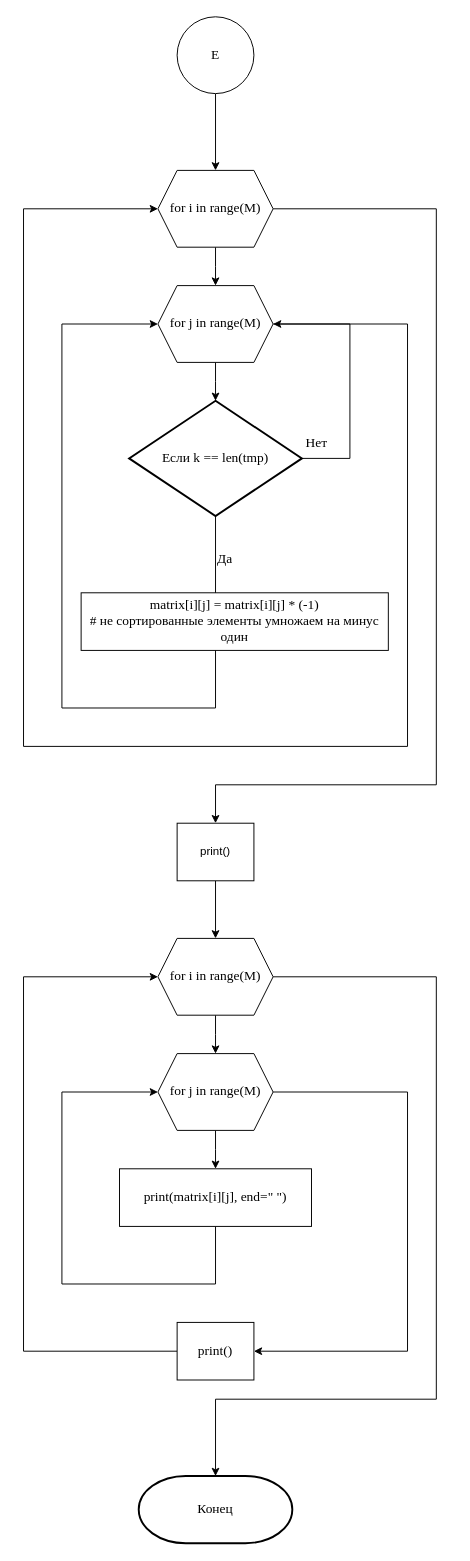
The draw.io diagram page "Страница 7" (7 of 8) of 1 курс/1 семестр/Информатика/Практические работы/12/Диаграмма 12.drawio in Kirill010/RTU-MIREA, before the edit. Source tidied: cells renumbered, new cells numbered last; positions are measured from the earlier drawing's top-left corner, leaving out a move shared by most shapes. Both pictures are drawn from the tidied source at 96%, with x=0, y=0 at pixel (23, 16).
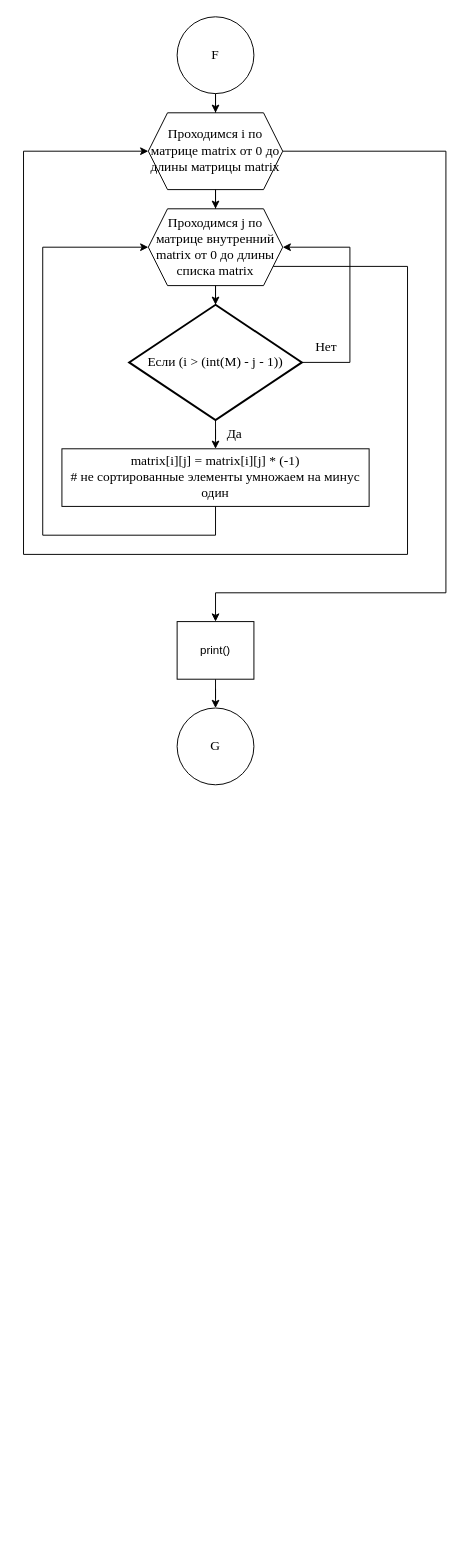
The same diagram, later.

Change to the diagram source:
```diff
@@
-    <mxCell id="3" value="E" style="ellipse;whiteSpace=wrap;html=1;fontFamily=Times New Roman;fontSize=14;" parent="1" vertex="1">
+    <mxCell id="3" value="F" style="ellipse;whiteSpace=wrap;html=1;fontFamily=Times New Roman;fontSize=14;" parent="1" vertex="1">
       <mxGeometry x="160" width="80" height="80" as="geometry" />
     </mxCell>
-    <mxCell id="4" style="edgeStyle=orthogonalEdgeStyle;rounded=0;jettySize=auto;html=1;fontFamily=Times New Roman;fontSize=14;" parent="1" edge="1" source="6">
-      <mxGeometry relative="1" as="geometry">
-        <mxPoint x="200" y="280" as="targetPoint" />
-      </mxGeometry>
+    <mxCell id="4" style="edgeStyle=orthogonalEdgeStyle;rounded=0;jettySize=auto;html=1;fontFamily=Times New Roman;fontSize=14;entryX=0.5;entryY=0;entryDx=0;entryDy=0;" parent="1" edge="1" source="6" target="9">
+      <mxGeometry relative="1" as="geometry" />
     </mxCell>
-    <mxCell id="5" style="edgeStyle=orthogonalEdgeStyle;rounded=0;jettySize=auto;html=1;fontFamily=Times New Roman;fontSize=14;" parent="1" edge="1" source="6">
-      <mxGeometry relative="1" as="geometry">
-        <mxPoint x="200" y="840" as="targetPoint" />
-        <Array as="points">
-          <mxPoint x="430" y="200" />
-          <mxPoint x="430" y="800" />
-          <mxPoint x="200" y="800" />
-        </Array>
-      </mxGeometry>
+    <mxCell id="5" style="edgeStyle=orthogonalEdgeStyle;rounded=0;jettySize=auto;html=1;fontFamily=Times New Roman;fontSize=14;startArrow=none;entryX=0.5;entryY=0;entryDx=0;entryDy=0;" parent="1" edge="1" source="17" target="32">
+      <mxGeometry relative="1" as="geometry" />
     </mxCell>
+    <mxCell id="29" style="edgeStyle=orthogonalEdgeStyle;rounded=0;jettySize=auto;html=1;fontSize=14;entryX=0.5;entryY=0;entryDx=0;entryDy=0;" parent="1" edge="1" source="6" target="17">
+      <mxGeometry relative="1" as="geometry">
+        <Array as="points">
+          <mxPoint x="440" y="140" />
+          <mxPoint x="440" y="600" />
+          <mxPoint x="200" y="600" />
+        </Array>
+      </mxGeometry>
+    </mxCell>
-    <mxCell id="6" value="for i in range(M)" style="shape=hexagon;perimeter=hexagonPerimeter2;whiteSpace=wrap;html=1;fixedSize=1;fontFamily=Times New Roman;fontSize=14;" parent="1" vertex="1">
-      <mxGeometry x="140" y="160" width="120" height="80" as="geometry" />
+    <mxCell id="6" value="Проходимся i по матрице matrix от 0 до длины матрицы matrix" style="shape=hexagon;perimeter=hexagonPerimeter2;whiteSpace=wrap;html=1;fixedSize=1;fontFamily=Times New Roman;fontSize=14;" parent="1" vertex="1">
+      <mxGeometry x="130" y="100" width="140" height="80" as="geometry" />
     </mxCell>
-    <mxCell id="7" style="edgeStyle=orthogonalEdgeStyle;rounded=0;jettySize=auto;html=1;entryX=0.5;entryY=0;entryDx=0;entryDy=0;fontFamily=Times New Roman;fontSize=14;" parent="1" edge="1" source="9">
-      <mxGeometry relative="1" as="geometry">
-        <mxPoint x="200" y="400" as="targetPoint" />
-      </mxGeometry>
+    <mxCell id="7" style="edgeStyle=orthogonalEdgeStyle;rounded=0;jettySize=auto;html=1;entryX=0.5;entryY=0;entryDx=0;entryDy=0;fontFamily=Times New Roman;fontSize=14;entryPerimeter=0;" parent="1" edge="1" source="9" target="12">
+      <mxGeometry relative="1" as="geometry" />
     </mxCell>
     <mxCell id="8" style="edgeStyle=orthogonalEdgeStyle;rounded=0;jettySize=auto;html=1;fontFamily=Times New Roman;fontSize=14;entryX=0;entryY=0.5;entryDx=0;entryDy=0;" parent="1" edge="1" source="9" target="6">
       <mxGeometry relative="1" as="geometry">
         <Array as="points">
-          <mxPoint x="400" y="320" />
-          <mxPoint x="400" y="760" />
-          <mxPoint y="760" />
-          <mxPoint y="200" />
+          <mxPoint x="400" y="260" />
+          <mxPoint x="400" y="560" />
+          <mxPoint y="560" />
+          <mxPoint y="140" />
         </Array>
       </mxGeometry>
     </mxCell>
-    <mxCell id="9" value="for j in range(M)" style="shape=hexagon;perimeter=hexagonPerimeter2;whiteSpace=wrap;html=1;fixedSize=1;fontFamily=Times New Roman;fontSize=14;" parent="1" vertex="1">
-      <mxGeometry x="140" y="280" width="120" height="80" as="geometry" />
+    <mxCell id="9" value="Проходимся j по матрице внутренний matrix от 0 до длины списка matrix" style="shape=hexagon;perimeter=hexagonPerimeter2;whiteSpace=wrap;html=1;fixedSize=1;fontFamily=Times New Roman;fontSize=14;" parent="1" vertex="1">
+      <mxGeometry x="130" y="200" width="140" height="80" as="geometry" />
     </mxCell>
-    <mxCell id="10" style="edgeStyle=orthogonalEdgeStyle;rounded=0;jettySize=auto;html=1;fontFamily=Times New Roman;fontSize=14;entryX=0;entryY=0.5;entryDx=0;entryDy=0;" parent="1" edge="1" source="12" target="9">
-      <mxGeometry relative="1" as="geometry">
-        <Array as="points">
-          <mxPoint x="200" y="720" />
-          <mxPoint x="40" y="720" />
-          <mxPoint x="40" y="320" />
-        </Array>
-      </mxGeometry>
-    </mxCell>
     <mxCell id="11" style="edgeStyle=orthogonalEdgeStyle;rounded=0;jettySize=auto;html=1;" parent="1" edge="1" source="12">
       <mxGeometry relative="1" as="geometry">
-        <mxPoint x="260" y="320" as="targetPoint" />
+        <mxPoint x="270" y="240" as="targetPoint" />
         <Array as="points">
-          <mxPoint x="340" y="460" />
+          <mxPoint x="340" y="360" />
+          <mxPoint x="340" y="240" />
         </Array>
       </mxGeometry>
     </mxCell>
+    <mxCell id="30" style="edgeStyle=orthogonalEdgeStyle;rounded=0;jettySize=auto;html=1;fontSize=14;" parent="1" edge="1" source="12" target="15">
+      <mxGeometry relative="1" as="geometry" />
+    </mxCell>
-    <mxCell id="12" value="Если k == len(tmp)" style="strokeWidth=2;html=1;shape=mxgraph.flowchart.decision;whiteSpace=wrap;fontFamily=Times New Roman;fontSize=14;" parent="1" vertex="1">
-      <mxGeometry x="110" y="400" width="180" height="120" as="geometry" />
+    <mxCell id="12" value="Если (i &amp;gt; (int(M) - j - 1))" style="strokeWidth=2;html=1;shape=mxgraph.flowchart.decision;whiteSpace=wrap;fontFamily=Times New Roman;fontSize=14;" parent="1" vertex="1">
+      <mxGeometry x="110" y="300" width="180" height="120" as="geometry" />
     </mxCell>
     <mxCell id="13" value="Да" style="text;html=1;strokeColor=none;fillColor=none;align=center;verticalAlign=middle;whiteSpace=wrap;rounded=0;fontFamily=Times New Roman;fontSize=14;" parent="1" vertex="1">
-      <mxGeometry x="180" y="550" width="60" height="30" as="geometry" />
+      <mxGeometry x="190" y="420" width="60" height="30" as="geometry" />
     </mxCell>
     <mxCell id="14" value="Нет" style="text;html=1;align=center;verticalAlign=middle;strokeColor=none;fillColor=none;fontSize=14;fontFamily=Times New Roman;" parent="1" vertex="1">
-      <mxGeometry x="280" y="430" width="50" height="30" as="geometry" />
+      <mxGeometry x="290" y="330" width="50" height="30" as="geometry" />
     </mxCell>
+    <mxCell id="31" style="edgeStyle=orthogonalEdgeStyle;rounded=0;jettySize=auto;html=1;fontSize=14;entryX=0;entryY=0.5;entryDx=0;entryDy=0;" parent="1" edge="1" source="15" target="9">
+      <mxGeometry relative="1" as="geometry">
+        <Array as="points">
+          <mxPoint x="200" y="540" />
+          <mxPoint x="20" y="540" />
+          <mxPoint x="20" y="240" />
+        </Array>
+      </mxGeometry>
+    </mxCell>
     <mxCell id="15" value="&lt;font style=&quot;font-size: 14px;&quot; face=&quot;Times New Roman&quot;&gt;matrix[i][j] = matrix[i][j] * (-1)&lt;br&gt;# не сортированные элементы умножаем на минус один&lt;br&gt;&lt;/font&gt;" style="rounded=0;whiteSpace=wrap;html=1;fontFamily=Times New Roman;fontSize=14;" parent="1" vertex="1">
-      <mxGeometry x="60" y="600" width="320" height="60" as="geometry" />
+      <mxGeometry x="40" y="450" width="320" height="60" as="geometry" />
     </mxCell>
-    <mxCell id="16" style="edgeStyle=orthogonalEdgeStyle;rounded=0;jettySize=auto;html=1;entryX=0.5;entryY=0;entryDx=0;entryDy=0;" parent="1" edge="1" source="17" target="20">
-      <mxGeometry relative="1" as="geometry" />
-    </mxCell>
+    <mxCell id="32" value="G" style="ellipse;whiteSpace=wrap;html=1;fontFamily=Times New Roman;fontSize=14;" parent="1" vertex="1">
+      <mxGeometry x="160" y="720" width="80" height="80" as="geometry" />
+    </mxCell>
     <mxCell id="17" value="print()" style="rounded=0;whiteSpace=wrap;html=1;" parent="1" vertex="1">
-      <mxGeometry x="160" y="840" width="80" height="60" as="geometry" />
+      <mxGeometry x="160" y="630" width="80" height="60" as="geometry" />
     </mxCell>
-    <mxCell id="18" style="edgeStyle=orthogonalEdgeStyle;rounded=0;jettySize=auto;html=1;fontFamily=Times New Roman;fontSize=14;" parent="1" edge="1" source="20">
-      <mxGeometry relative="1" as="geometry">
-        <mxPoint x="200" y="1080" as="targetPoint" />
-      </mxGeometry>
-    </mxCell>
-    <mxCell id="19" style="edgeStyle=orthogonalEdgeStyle;rounded=0;jettySize=auto;html=1;fontFamily=Times New Roman;fontSize=14;" parent="1" edge="1" source="20">
-      <mxGeometry relative="1" as="geometry">
-        <mxPoint x="200" y="1520" as="targetPoint" />
-        <Array as="points">
-          <mxPoint x="430" y="1000" />
-          <mxPoint x="430" y="1440" />
-          <mxPoint x="200" y="1440" />
-        </Array>
-      </mxGeometry>
-    </mxCell>
-    <mxCell id="20" value="for i in range(M)" style="shape=hexagon;perimeter=hexagonPerimeter2;whiteSpace=wrap;html=1;fixedSize=1;fontFamily=Times New Roman;fontSize=14;" parent="1" vertex="1">
-      <mxGeometry x="140" y="960" width="120" height="80" as="geometry" />
-    </mxCell>
-    <mxCell id="21" style="edgeStyle=orthogonalEdgeStyle;rounded=0;jettySize=auto;html=1;entryX=0.5;entryY=0;entryDx=0;entryDy=0;fontFamily=Times New Roman;fontSize=14;" parent="1" edge="1" source="23">
-      <mxGeometry relative="1" as="geometry">
-        <mxPoint x="200" y="1200" as="targetPoint" />
-      </mxGeometry>
-    </mxCell>
-    <mxCell id="22" style="edgeStyle=orthogonalEdgeStyle;rounded=0;jettySize=auto;html=1;entryX=1;entryY=0.5;entryDx=0;entryDy=0;" parent="1" edge="1" source="23" target="27">
-      <mxGeometry relative="1" as="geometry">
-        <Array as="points">
-          <mxPoint x="400" y="1120" />
-          <mxPoint x="400" y="1390" />
-        </Array>
-      </mxGeometry>
-    </mxCell>
-    <mxCell id="23" value="for j in range(M)" style="shape=hexagon;perimeter=hexagonPerimeter2;whiteSpace=wrap;html=1;fixedSize=1;fontFamily=Times New Roman;fontSize=14;" parent="1" vertex="1">
-      <mxGeometry x="140" y="1080" width="120" height="80" as="geometry" />
-    </mxCell>
-    <mxCell id="24" style="edgeStyle=orthogonalEdgeStyle;rounded=0;jettySize=auto;html=1;entryX=0;entryY=0.5;entryDx=0;entryDy=0;" parent="1" edge="1" source="25" target="23">
-      <mxGeometry relative="1" as="geometry">
-        <Array as="points">
-          <mxPoint x="200" y="1320" />
-          <mxPoint x="40" y="1320" />
-          <mxPoint x="40" y="1120" />
-        </Array>
-      </mxGeometry>
-    </mxCell>
-    <mxCell id="25" value="&lt;font style=&quot;font-size: 14px;&quot; face=&quot;Times New Roman&quot;&gt;print(matrix[i][j], end=&quot; &quot;)&lt;br&gt;&lt;/font&gt;" style="rounded=0;whiteSpace=wrap;html=1;fontFamily=Times New Roman;fontSize=14;" parent="1" vertex="1">
-      <mxGeometry x="100" y="1200" width="200" height="60" as="geometry" />
-    </mxCell>
-    <mxCell id="26" style="edgeStyle=orthogonalEdgeStyle;rounded=0;jettySize=auto;html=1;entryX=0;entryY=0.5;entryDx=0;entryDy=0;" parent="1" edge="1" source="27" target="20">
-      <mxGeometry relative="1" as="geometry">
-        <Array as="points">
-          <mxPoint y="1390" />
-          <mxPoint y="1000" />
-        </Array>
-      </mxGeometry>
-    </mxCell>
-    <mxCell id="27" value="&lt;font style=&quot;font-size: 14px;&quot; face=&quot;Times New Roman&quot;&gt;print()&lt;br&gt;&lt;/font&gt;" style="rounded=0;whiteSpace=wrap;html=1;fontFamily=Times New Roman;fontSize=14;" parent="1" vertex="1">
-      <mxGeometry x="160" y="1360" width="80" height="60" as="geometry" />
-    </mxCell>
-    <mxCell id="28" value="&lt;font style=&quot;font-size: 14px;&quot; face=&quot;Times New Roman&quot;&gt;Конец&lt;/font&gt;" style="strokeWidth=2;html=1;shape=mxgraph.flowchart.terminator;whiteSpace=wrap;" parent="1" vertex="1">
-      <mxGeometry x="120" y="1520" width="160" height="70" as="geometry" />
-    </mxCell>
```
